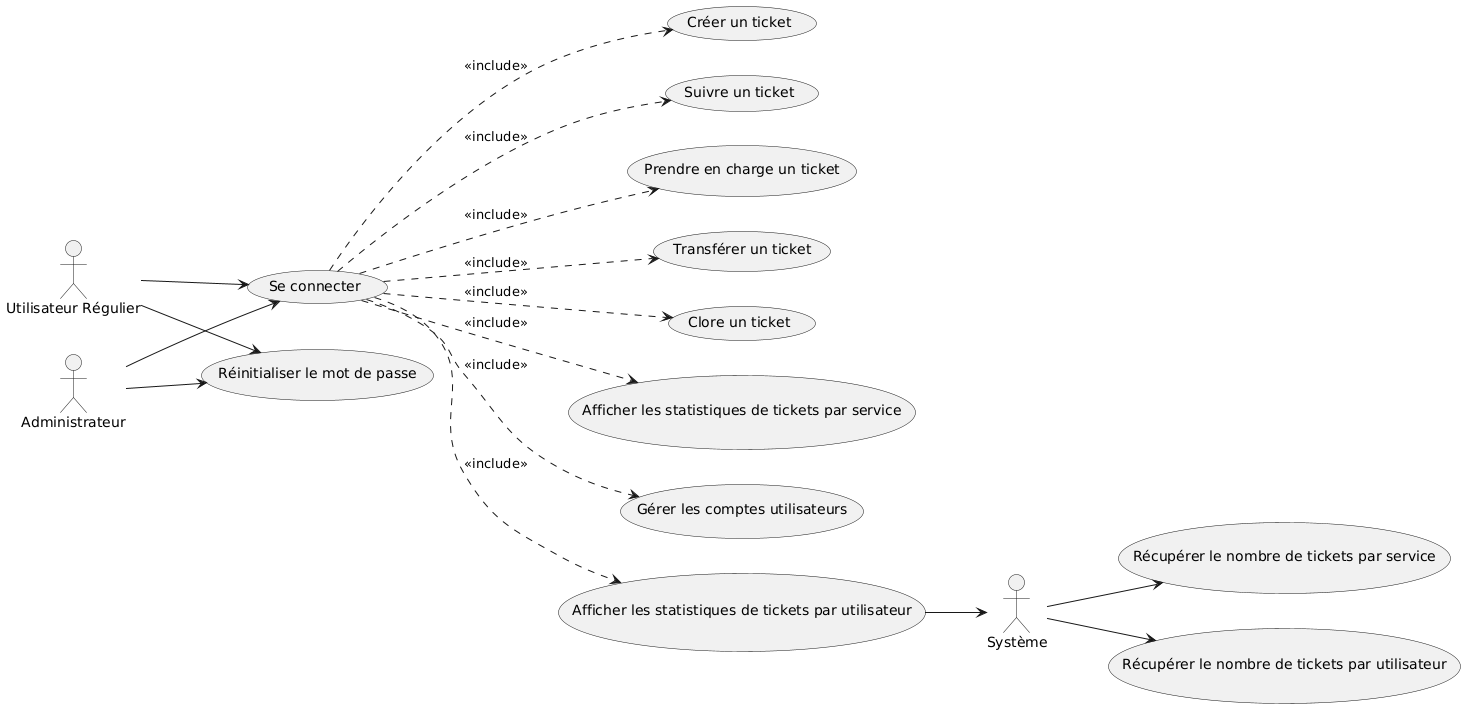
This is user-cases.png from SteveHoareau18/Ticketing, a PlantUML export, as it was before one commit.
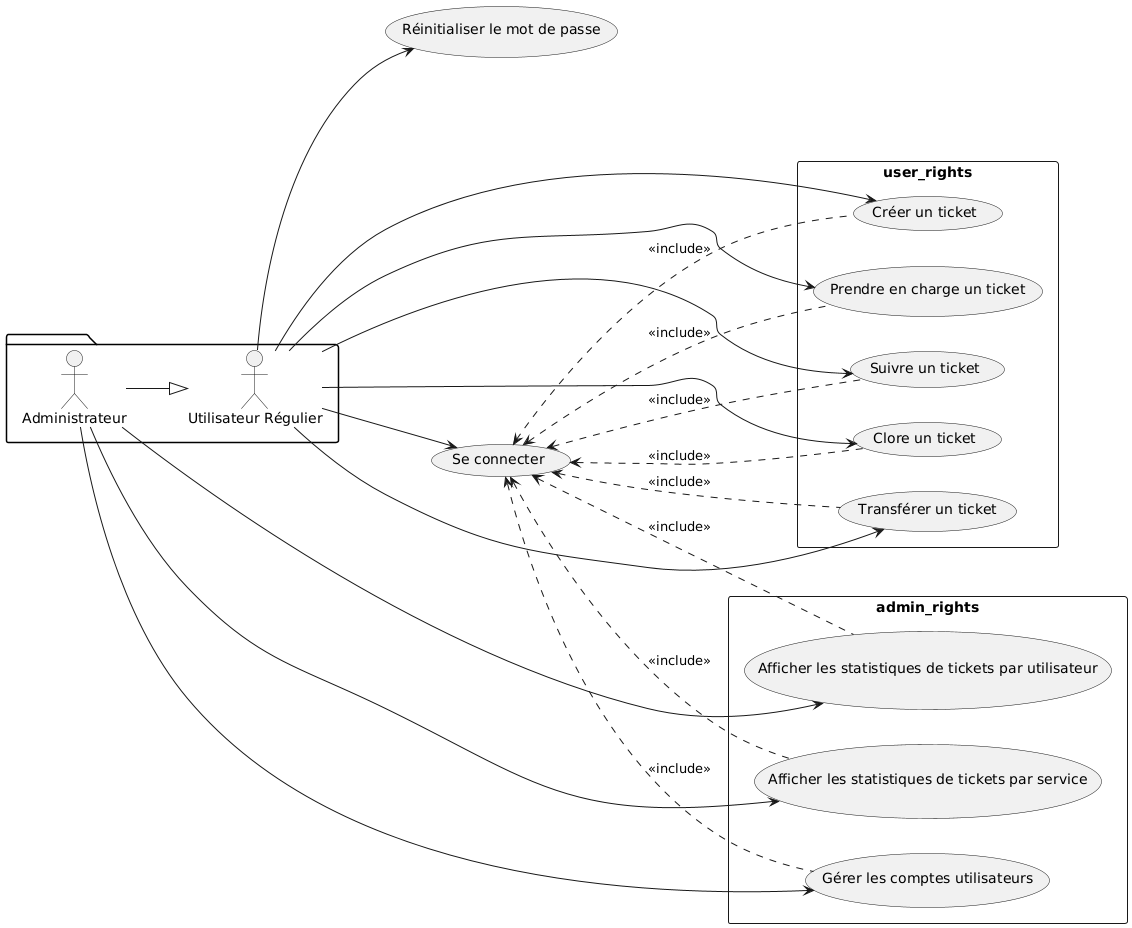
Later version of the same file.

Commit message:
[feature] update user cases (#34)

What changed in the source:
```diff
@@ -1,36 +1,46 @@
 @startuml
 left to right direction
 
+package {
 actor "Utilisateur Régulier" as User
 actor "Administrateur" as Admin
-actor "Système" as System
+}
 
 usecase "Se connecter" as UC1
 usecase "Réinitialiser le mot de passe" as UC2
+
+rectangle user_rights {
 usecase "Créer un ticket" as UC3
 usecase "Suivre un ticket" as UC4
 usecase "Prendre en charge un ticket" as UC5
 usecase "Transférer un ticket" as UC6
 usecase "Clore un ticket" as UC7
+}
+
+rectangle admin_rights {
 usecase "Afficher les statistiques de tickets par service" as UC8
 usecase "Gérer les comptes utilisateurs" as UC9
 usecase "Afficher les statistiques de tickets par utilisateur" as UC10
-usecase "Récupérer le nombre de tickets par service" as UC11
-usecase "Récupérer le nombre de tickets par utilisateur" as UC12
-User --> UC1
-Admin --> UC1
-User --> UC2
-Admin --> UC2
-UC10 --> System
-System --> UC11
-System --> UC12
+}
 
-UC1 ..> UC3 : << include >>
-UC1 ..> UC4 : << include >>
-UC1 ..> UC5 : << include >>
-UC1 ..> UC6 : << include >>
-UC1 ..> UC7 : << include >>
-UC1 ..> UC8 : << include >>
-UC1 ..> UC9 : << include >>
-UC1 ..> UC10 : << include >>
+Admin --|> User
+User -down-> UC1
+User -down-> UC2
+User -down-> UC3
+User -down-> UC4
+User -down-> UC5
+User -down-> UC6
+User -down-> UC7
+Admin -down-> UC8
+Admin -down-> UC9
+Admin -down-> UC10
+
+UC1 <.down. UC3 : << include >>
+UC1 <.down. UC4 : << include >>
+UC1 <.down. UC5 : << include >>
+UC1 <.down. UC6 : << include >>
+UC1 <.down. UC7 : << include >>
+UC1 <.down. UC8 : << include >>
+UC1 <.down. UC9 : << include >>
+UC1 <.down. UC10 : << include >>
 @enduml
```
